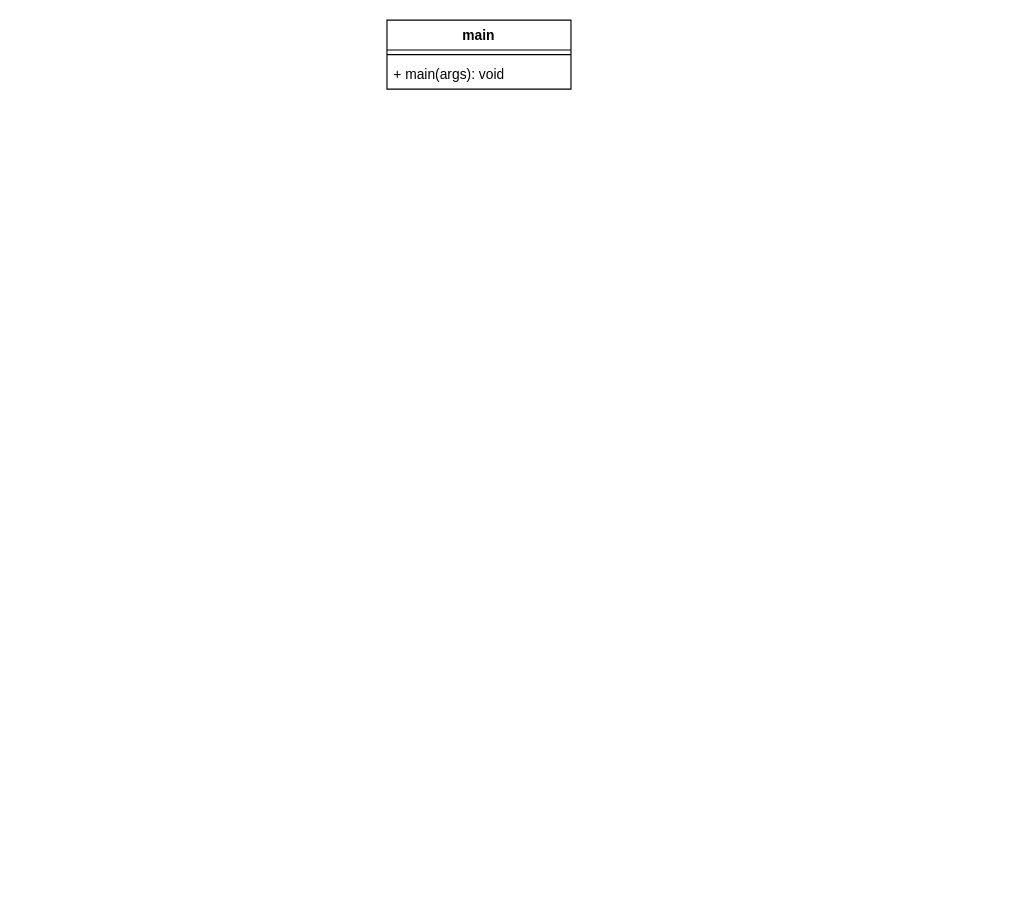
Before: Diagrams/suduko.drawio in zeinawalidfxgl-coder/Game, a draw.io diagram. Source tidied: cells renumbered, new cells numbered last; positions are measured from the earlier drawing's top-left corner, leaving out a move shared by most shapes. Both pictures are drawn from the tidied source at 115%, with x=0, y=0 at pixel (386, 20).
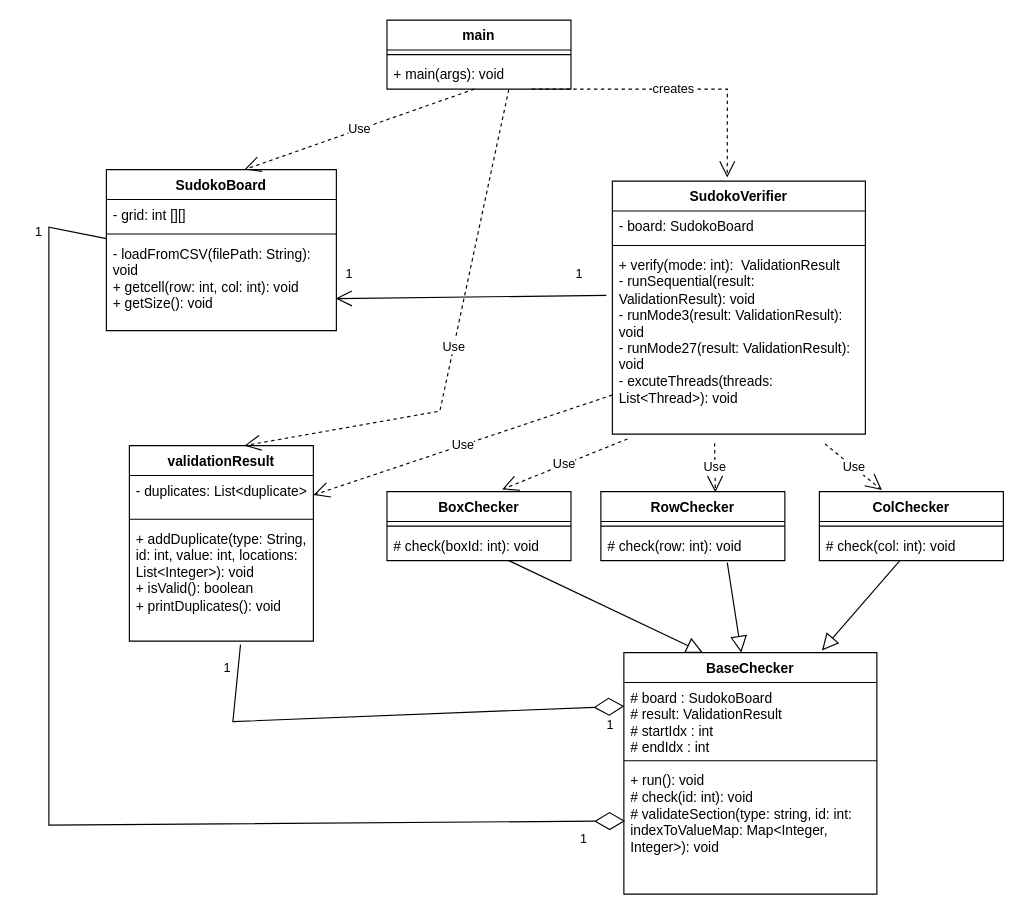
After the change.

Unchanged cells that the change refers to:
```xml
<mxCell id="4" value="+ main(args): void" style="text;strokeColor=none;fillColor=none;align=left;verticalAlign=top;spacingLeft=4;spacingRight=4;overflow=hidden;points=[[0,0.5],[1,0.5]];portConstraint=eastwest;whiteSpace=wrap;html=1;" parent="2" vertex="1">
  <mxGeometry y="34" width="160" height="26" as="geometry" />
</mxCell>
```

What changed in the source:
```diff
@@
+    <mxCell id="5" value="SudokoVerifier" style="swimlane;fontStyle=1;align=center;verticalAlign=top;horizontal=1;startSize=26;whiteSpace=wrap;html=1;" parent="1" vertex="1">
+      <mxGeometry x="196" y="140" width="220" height="220" as="geometry" />
+    </mxCell>
+    <mxCell id="6" value="- board: SudokoBoard" style="text;strokeColor=none;fillColor=none;align=left;verticalAlign=top;spacingLeft=4;spacingRight=4;overflow=hidden;whiteSpace=wrap;html=1;" parent="5" vertex="1">
+      <mxGeometry y="26" width="220" height="26" as="geometry" />
+    </mxCell>
+    <mxCell id="7" style="line;strokeWidth=1;fillColor=none;align=left;verticalAlign=middle;spacingTop=-1;spacingLeft=3;spacingRight=3;labelPosition=right;strokeColor=inherit;" parent="5" vertex="1">
+      <mxGeometry y="52" width="220" height="8" as="geometry" />
+    </mxCell>
+    <mxCell id="8" value="&lt;div&gt;+ verify(mode: int)&lt;span style=&quot;background-color: transparent; color: light-dark(rgb(0, 0, 0), rgb(255, 255, 255));&quot;&gt;:&amp;nbsp;&amp;nbsp;ValidationResult&lt;/span&gt;&lt;/div&gt;&lt;div&gt;&lt;span style=&quot;background-color: transparent;&quot;&gt;&lt;div style=&quot;&quot;&gt;- runSequential(result: ValidationResult): void&lt;/div&gt;&lt;div style=&quot;&quot;&gt;- runMode3(result: ValidationResult): void&lt;/div&gt;&lt;div style=&quot;&quot;&gt;- runMode27(result: ValidationResult): void&lt;/div&gt;&lt;div style=&quot;&quot;&gt;- excuteThreads(threads: List&amp;lt;Thread&amp;gt;): void&lt;/div&gt;&lt;/span&gt;&lt;/div&gt;" style="text;strokeColor=none;fillColor=none;align=left;verticalAlign=top;spacingLeft=4;spacingRight=4;overflow=hidden;points=[[0,0.5],[1,0.5]];portConstraint=eastwest;whiteSpace=wrap;html=1;" parent="5" vertex="1">
+      <mxGeometry y="60" width="220" height="160" as="geometry" />
+    </mxCell>
+    <mxCell id="9" value="creates" style="endArrow=open;endSize=12;dashed=1;html=1;rounded=0;entryX=0.454;entryY=-0.014;entryDx=0;entryDy=0;entryPerimeter=0;" parent="1" edge="1" target="5">
+      <mxGeometry relative="1" as="geometry">
+        <mxPoint x="126" y="60" as="sourcePoint" />
+        <Array as="points">
+          <mxPoint x="296" y="60" />
+        </Array>
+      </mxGeometry>
+    </mxCell>
+    <mxCell id="10" value="BaseChecker" style="swimlane;fontStyle=1;align=center;verticalAlign=top;horizontal=1;startSize=26;whiteSpace=wrap;html=1;" parent="1" vertex="1">
+      <mxGeometry x="206" y="550" width="220" height="210" as="geometry" />
+    </mxCell>
+    <mxCell id="11" value="&lt;div&gt;# board : SudokoBoard&lt;/div&gt;&lt;div&gt;# result: ValidationResult&lt;/div&gt;&lt;div&gt;# startIdx : int&lt;/div&gt;&lt;div&gt;# endIdx : int&lt;/div&gt;" style="text;strokeColor=none;fillColor=none;align=left;verticalAlign=top;spacingLeft=4;spacingRight=4;overflow=hidden;points=[[0,0.5],[1,0.5]];portConstraint=eastwest;whiteSpace=wrap;html=1;" parent="10" vertex="1">
+      <mxGeometry y="26" width="220" height="64" as="geometry" />
+    </mxCell>
+    <mxCell id="12" style="line;strokeWidth=1;fillColor=none;align=left;verticalAlign=middle;spacingTop=-1;spacingLeft=3;spacingRight=3;labelPosition=right;strokeColor=inherit;" parent="10" vertex="1">
+      <mxGeometry y="90" width="220" height="8" as="geometry" />
+    </mxCell>
+    <mxCell id="13" value="&lt;div&gt;+ run(): void&lt;/div&gt;&lt;div&gt;# check(id: int): void&lt;/div&gt;&lt;div&gt;# validateSection(type: string, id: int: indexToValueMap: Map&amp;lt;Integer, Integer&amp;gt;): void&lt;/div&gt;" style="text;strokeColor=none;fillColor=none;align=left;verticalAlign=top;spacingLeft=4;spacingRight=4;overflow=hidden;points=[[0,0.5],[1,0.5]];portConstraint=eastwest;whiteSpace=wrap;html=1;" parent="10" vertex="1">
+      <mxGeometry y="98" width="220" height="112" as="geometry" />
+    </mxCell>
+    <mxCell id="14" value="BoxChecker" style="swimlane;fontStyle=1;align=center;verticalAlign=top;horizontal=1;startSize=26;whiteSpace=wrap;html=1;" parent="1" vertex="1">
+      <mxGeometry y="410" width="160" height="60" as="geometry" />
+    </mxCell>
+    <mxCell id="15" style="line;strokeWidth=1;fillColor=none;align=left;verticalAlign=middle;spacingTop=-1;spacingLeft=3;spacingRight=3;labelPosition=right;strokeColor=inherit;" parent="14" vertex="1">
+      <mxGeometry y="26" width="160" height="8" as="geometry" />
+    </mxCell>
+    <mxCell id="16" value="# check(boxId: int): void" style="text;strokeColor=none;fillColor=none;align=left;verticalAlign=top;spacingLeft=4;spacingRight=4;overflow=hidden;whiteSpace=wrap;html=1;" parent="14" vertex="1">
+      <mxGeometry y="34" width="160" height="26" as="geometry" />
+    </mxCell>
+    <mxCell id="17" value="RowChecker" style="swimlane;fontStyle=1;align=center;verticalAlign=top;horizontal=1;startSize=26;whiteSpace=wrap;html=1;" parent="1" vertex="1">
+      <mxGeometry x="186" y="410" width="160" height="60" as="geometry" />
+    </mxCell>
+    <mxCell id="18" style="line;strokeWidth=1;fillColor=none;align=left;verticalAlign=middle;spacingTop=-1;spacingLeft=3;spacingRight=3;labelPosition=right;strokeColor=inherit;" parent="17" vertex="1">
+      <mxGeometry y="26" width="160" height="8" as="geometry" />
+    </mxCell>
+    <mxCell id="19" value="# check(row: int): void" style="text;strokeColor=none;fillColor=none;align=left;verticalAlign=top;spacingLeft=4;spacingRight=4;overflow=hidden;points=[[0,0.5],[1,0.5]];portConstraint=eastwest;whiteSpace=wrap;html=1;" parent="17" vertex="1">
+      <mxGeometry y="34" width="160" height="26" as="geometry" />
+    </mxCell>
+    <mxCell id="20" value="ColChecker" style="swimlane;fontStyle=1;align=center;verticalAlign=top;horizontal=1;startSize=26;whiteSpace=wrap;html=1;" parent="1" vertex="1">
+      <mxGeometry x="376" y="410" width="160" height="60" as="geometry" />
+    </mxCell>
+    <mxCell id="21" style="line;strokeWidth=1;fillColor=none;align=left;verticalAlign=middle;spacingTop=-1;spacingLeft=3;spacingRight=3;labelPosition=right;strokeColor=inherit;" parent="20" vertex="1">
+      <mxGeometry y="26" width="160" height="8" as="geometry" />
+    </mxCell>
+    <mxCell id="22" value="# check(col: int): void" style="text;strokeColor=none;fillColor=none;align=left;verticalAlign=top;spacingLeft=4;spacingRight=4;overflow=hidden;whiteSpace=wrap;html=1;" parent="20" vertex="1">
+      <mxGeometry y="34" width="160" height="26" as="geometry" />
+    </mxCell>
+    <mxCell id="23" style="endArrow=block;endFill=0;endSize=12;html=1;rounded=0;entryX=0.312;entryY=0;entryDx=0;entryDy=0;entryPerimeter=0;" parent="1" edge="1" target="10">
+      <mxGeometry relative="1" as="geometry">
+        <mxPoint x="106" y="470" as="sourcePoint" />
+      </mxGeometry>
+    </mxCell>
+    <mxCell id="24" style="endArrow=block;endFill=0;endSize=12;html=1;rounded=0;entryX=0.464;entryY=0;entryDx=0;entryDy=0;entryPerimeter=0;exitX=0.687;exitY=1.067;exitDx=0;exitDy=0;exitPerimeter=0;" parent="1" edge="1" source="19" target="10">
+      <mxGeometry relative="1" as="geometry" />
+    </mxCell>
+    <mxCell id="25" style="endArrow=block;endFill=0;endSize=12;html=1;rounded=0;entryX=0.783;entryY=-0.009;entryDx=0;entryDy=0;entryPerimeter=0;" parent="1" edge="1" target="10">
+      <mxGeometry relative="1" as="geometry">
+        <mxPoint x="446" y="470" as="sourcePoint" />
+      </mxGeometry>
+    </mxCell>
+    <mxCell id="26" value="Use" style="endArrow=open;endSize=12;dashed=1;html=1;rounded=0;entryX=0.626;entryY=-0.032;entryDx=0;entryDy=0;entryPerimeter=0;exitX=0.06;exitY=1.026;exitDx=0;exitDy=0;exitPerimeter=0;" parent="1" edge="1" source="8" target="14">
+      <mxGeometry relative="1" as="geometry" />
+    </mxCell>
+    <mxCell id="27" value="Use" style="endArrow=open;endSize=12;dashed=1;html=1;rounded=0;entryX=0.622;entryY=0.009;entryDx=0;entryDy=0;entryPerimeter=0;exitX=0.404;exitY=1.049;exitDx=0;exitDy=0;exitPerimeter=0;" parent="1" edge="1" source="8" target="17">
+      <mxGeometry relative="1" as="geometry" />
+    </mxCell>
+    <mxCell id="28" value="Use" style="endArrow=open;endSize=12;dashed=1;html=1;rounded=0;entryX=0.34;entryY=-0.022;entryDx=0;entryDy=0;entryPerimeter=0;exitX=0.84;exitY=1.053;exitDx=0;exitDy=0;exitPerimeter=0;" parent="1" edge="1" source="8" target="20">
+      <mxGeometry relative="1" as="geometry" />
+    </mxCell>
+    <mxCell id="29" value="SudokoBoard" style="swimlane;fontStyle=1;align=center;verticalAlign=top;horizontal=1;startSize=26;whiteSpace=wrap;html=1;" parent="1" vertex="1">
+      <mxGeometry x="-244" y="130" width="200" height="140" as="geometry" />
+    </mxCell>
+    <mxCell id="30" value="- grid: int [][]" style="text;strokeColor=none;fillColor=none;align=left;verticalAlign=top;spacingLeft=4;spacingRight=4;overflow=hidden;whiteSpace=wrap;html=1;" parent="29" vertex="1">
+      <mxGeometry y="26" width="200" height="26" as="geometry" />
+    </mxCell>
+    <mxCell id="31" style="line;strokeWidth=1;fillColor=none;align=left;verticalAlign=middle;spacingTop=-1;spacingLeft=3;spacingRight=3;labelPosition=right;strokeColor=inherit;" parent="29" vertex="1">
+      <mxGeometry y="52" width="200" height="8" as="geometry" />
+    </mxCell>
+    <mxCell id="32" value="- loadFromCSV(filePath: String): void&lt;div&gt;+ getcell(row: int, col: int): void&lt;/div&gt;&lt;div&gt;+ getSize(): void&lt;/div&gt;" style="text;strokeColor=none;fillColor=none;align=left;verticalAlign=top;spacingLeft=4;spacingRight=4;overflow=hidden;points=[[0,0.5],[1,0.5]];portConstraint=eastwest;whiteSpace=wrap;html=1;" parent="29" vertex="1">
+      <mxGeometry y="60" width="200" height="80" as="geometry" />
+    </mxCell>
+    <mxCell id="33" value="validationResult" style="swimlane;fontStyle=1;align=center;verticalAlign=top;horizontal=1;startSize=26;whiteSpace=wrap;html=1;" parent="1" vertex="1">
+      <mxGeometry x="-224" y="370" width="160" height="170" as="geometry" />
+    </mxCell>
+    <mxCell id="34" value="- duplicates: List&amp;lt;duplicate&amp;gt;" style="text;strokeColor=none;fillColor=none;align=left;verticalAlign=top;spacingLeft=4;spacingRight=4;overflow=hidden;points=[[0,0.5],[1,0.5]];portConstraint=eastwest;whiteSpace=wrap;html=1;" parent="33" vertex="1">
+      <mxGeometry y="26" width="160" height="34" as="geometry" />
+    </mxCell>
+    <mxCell id="35" style="line;strokeWidth=1;fillColor=none;align=left;verticalAlign=middle;spacingTop=-1;spacingLeft=3;spacingRight=3;labelPosition=right;strokeColor=inherit;" parent="33" vertex="1">
+      <mxGeometry y="60" width="160" height="8" as="geometry" />
+    </mxCell>
+    <mxCell id="36" value="+ addDuplicate(type: String, id: int, value: int, locations:&amp;nbsp; List&amp;lt;Integer&amp;gt;): void&lt;div&gt;+ isValid(): boolean&lt;/div&gt;&lt;div&gt;+ printDuplicates(): void&lt;/div&gt;" style="text;strokeColor=none;fillColor=none;align=left;verticalAlign=top;spacingLeft=4;spacingRight=4;overflow=hidden;points=[[0,0.5],[1,0.5]];portConstraint=eastwest;whiteSpace=wrap;html=1;" parent="33" vertex="1">
+      <mxGeometry y="68" width="160" height="102" as="geometry" />
+    </mxCell>
+    <mxCell id="37" style="endArrow=open;endFill=1;endSize=12;html=1;rounded=0;exitX=-0.024;exitY=0.246;exitDx=0;exitDy=0;exitPerimeter=0;entryX=0.997;entryY=0.652;entryDx=0;entryDy=0;entryPerimeter=0;" parent="1" edge="1" source="8" target="32">
+      <mxGeometry relative="1" as="geometry" />
+    </mxCell>
+    <mxCell id="38" style="endArrow=diamondThin;endFill=0;endSize=24;html=1;rounded=0;entryX=0.002;entryY=0.321;entryDx=0;entryDy=0;entryPerimeter=0;exitX=0.604;exitY=1.03;exitDx=0;exitDy=0;exitPerimeter=0;" parent="1" edge="1" source="36" target="11">
+      <mxGeometry relative="1" as="geometry">
+        <Array as="points">
+          <mxPoint x="-134" y="610" />
+        </Array>
+      </mxGeometry>
+    </mxCell>
+    <mxCell id="39" value="1" style="edgeLabel;html=1;align=center;verticalAlign=middle;" parent="38" vertex="1">
+      <mxGeometry x="0.93" y="-15" relative="1" as="geometry" />
+    </mxCell>
+    <mxCell id="40" value="1" style="edgeLabel;html=1;align=center;verticalAlign=middle;" parent="38" vertex="1">
+      <mxGeometry x="-0.9" y="-9" relative="1" as="geometry">
+        <mxPoint x="-1" as="offset" />
+      </mxGeometry>
+    </mxCell>
+    <mxCell id="41" style="endArrow=diamondThin;endFill=0;endSize=24;html=1;rounded=0;entryX=0.005;entryY=0.432;entryDx=0;entryDy=0;entryPerimeter=0;" parent="1" edge="1" target="13">
+      <mxGeometry relative="1" as="geometry">
+        <mxPoint x="-244" y="190" as="sourcePoint" />
+        <Array as="points">
+          <mxPoint x="-294" y="180" />
+          <mxPoint x="-294" y="700" />
+        </Array>
+      </mxGeometry>
+    </mxCell>
+    <mxCell id="42" value="1" style="edgeLabel;html=1;align=center;verticalAlign=middle;" parent="41" vertex="1">
+      <mxGeometry x="0.93" y="-15" relative="1" as="geometry" />
+    </mxCell>
+    <mxCell id="43" value="1" style="edgeLabel;html=1;align=center;verticalAlign=middle;" parent="41" vertex="1">
+      <mxGeometry x="-0.9" y="-9" relative="1" as="geometry">
+        <mxPoint x="-1" as="offset" />
+      </mxGeometry>
+    </mxCell>
+    <mxCell id="44" value="Use" style="endArrow=open;endSize=12;dashed=1;html=1;rounded=0;entryX=1;entryY=0.5;entryDx=0;entryDy=0;exitX=0.06;exitY=1.026;exitDx=0;exitDy=0;exitPerimeter=0;" parent="1" edge="1" target="34">
+      <mxGeometry relative="1" as="geometry">
+        <mxPoint x="196" y="326" as="sourcePoint" />
+      </mxGeometry>
+    </mxCell>
+    <mxCell id="45" value="1" style="edgeLabel;html=1;align=center;verticalAlign=middle;" parent="1" vertex="1">
+      <mxGeometry x="-34" y="220" as="geometry" />
+    </mxCell>
+    <mxCell id="46" value="1" style="edgeLabel;html=1;align=center;verticalAlign=middle;" parent="1" vertex="1">
+      <mxGeometry x="166" y="220" as="geometry" />
+    </mxCell>
+    <mxCell id="47" value="Use" style="endArrow=open;endSize=12;dashed=1;html=1;rounded=0;entryX=1;entryY=0.5;entryDx=0;entryDy=0;" parent="1" edge="1">
+      <mxGeometry relative="1" as="geometry">
+        <mxPoint x="76" y="60" as="sourcePoint" />
+        <mxPoint x="-124" y="130" as="targetPoint" />
+      </mxGeometry>
+    </mxCell>
+    <mxCell id="48" value="Use" style="endArrow=open;endSize=12;dashed=1;html=1;rounded=0;entryX=1;entryY=0.5;entryDx=0;entryDy=0;exitX=0.662;exitY=1.013;exitDx=0;exitDy=0;exitPerimeter=0;" parent="1" edge="1" source="4">
+      <mxGeometry relative="1" as="geometry">
+        <mxPoint x="-124" y="370" as="targetPoint" />
+        <Array as="points">
+          <mxPoint x="46" y="340" />
+        </Array>
+      </mxGeometry>
+    </mxCell>
```
